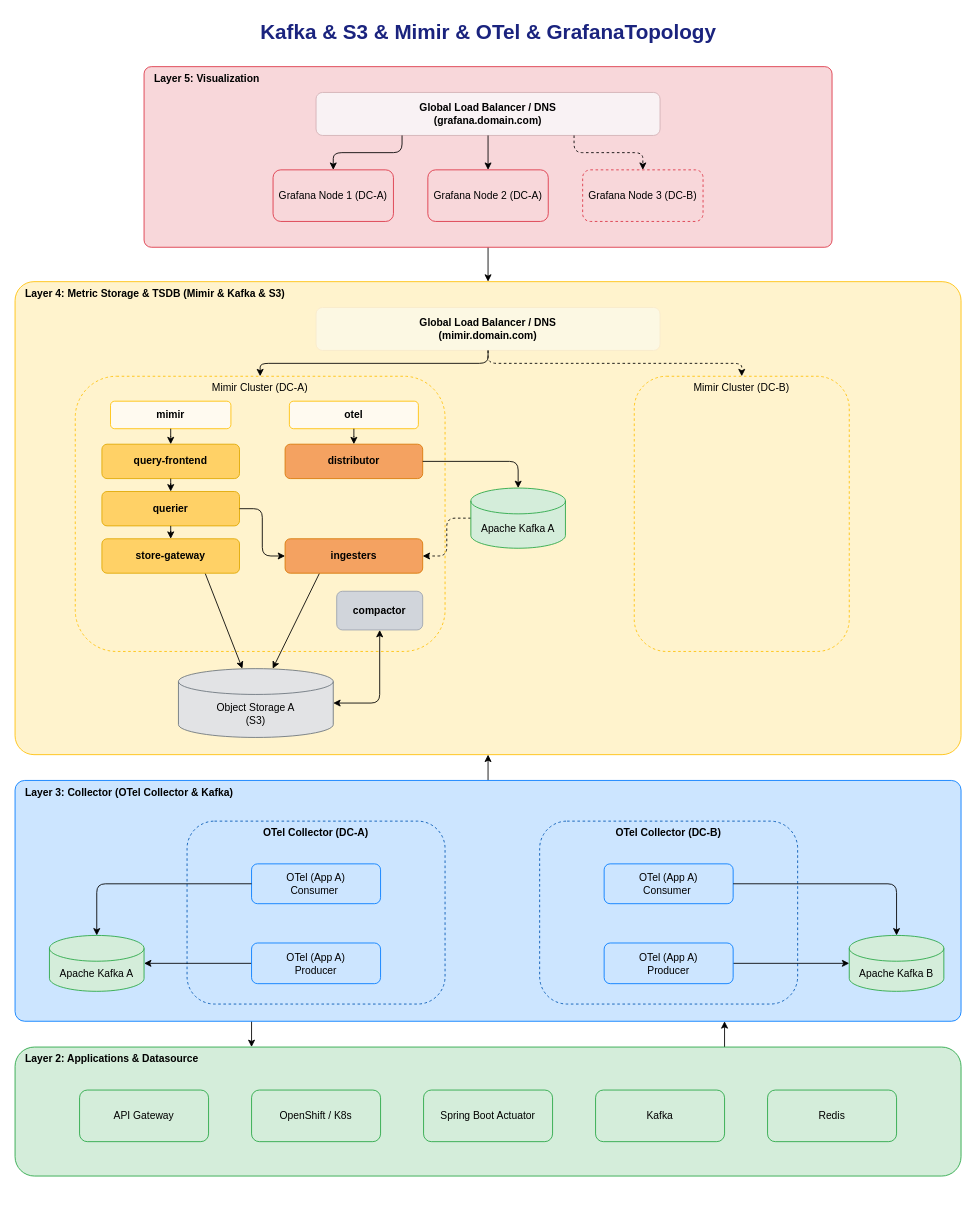
The draw.io diagram 28.dual-dc-grafana-mimir-otel-topology.drawio in yycelik/k8s-cluster, before the edit. Source tidied: cells renumbered, new cells numbered last; positions are measured from the earlier drawing's top-left corner, leaving out a move shared by most shapes. Both pictures are drawn from the tidied source at 86%, with x=0, y=0 at pixel (15, 15).
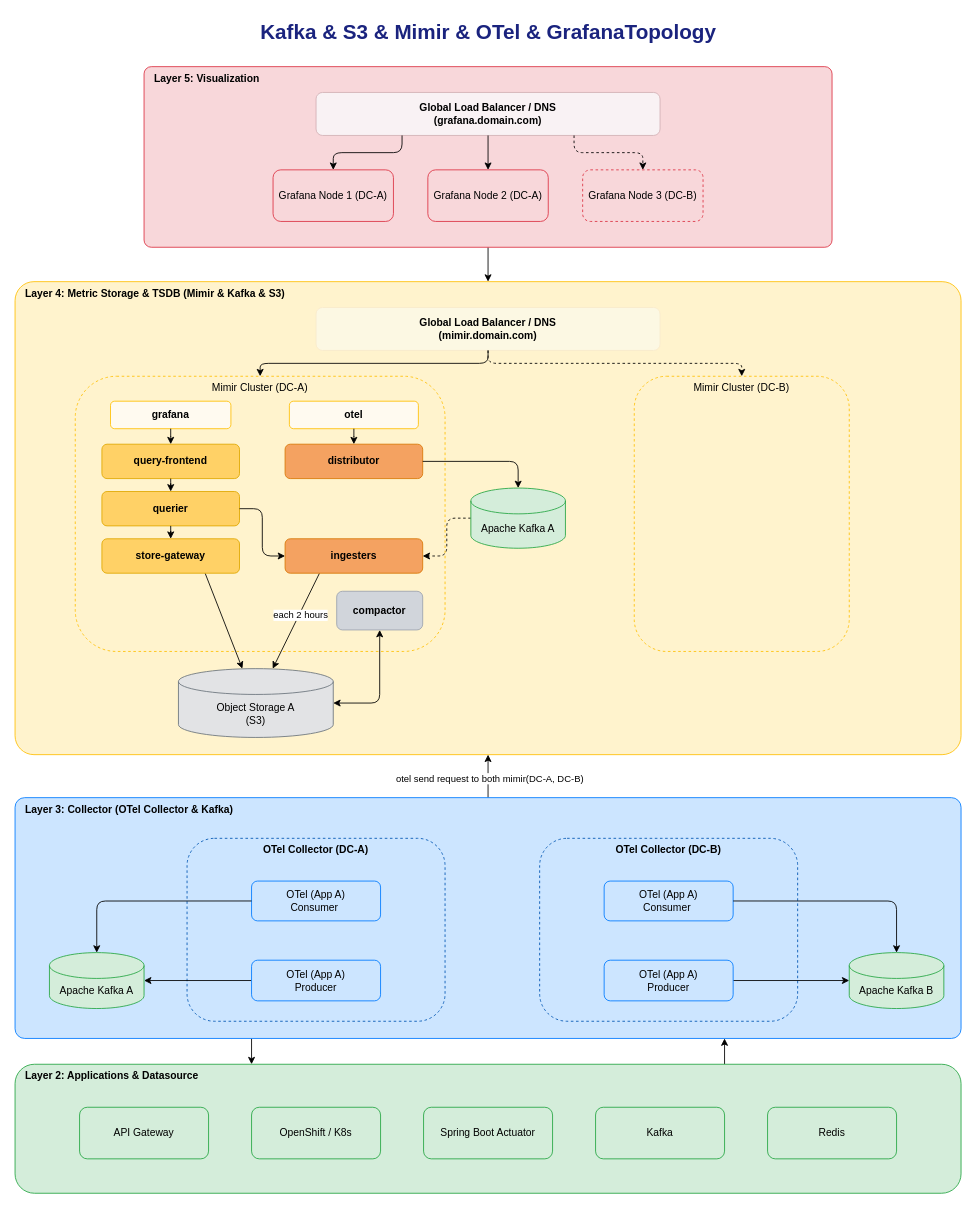
The same page after the edit.

Commit message (it also covers changes not shown here):
Update Mimir topology diagram and add PNG export

Unchanged cells that the change refers to:
```xml
<mxCell id="14" style="edgeStyle=none;html=1;exitX=0.5;exitY=0;exitDx=0;exitDy=0;entryX=0.5;entryY=1;entryDx=0;entryDy=0;" parent="1" edge="1" source="15" target="12">
  <mxGeometry relative="1" as="geometry" />
</mxCell>
<mxCell id="31" style="endArrow=classic;html=1;exitX=0.25;exitY=1;exitDx=0;exitDy=0;" parent="1" edge="1" source="39" target="28">
  <mxGeometry relative="1" as="geometry" />
</mxCell>
```

Change to the diagram source:
```diff
@@
+    <mxCell id="60" value="otel send request to both mimir(DC-A, DC-B)" style="edgeLabel;html=1;align=center;verticalAlign=middle;" parent="14" vertex="1">
+      <mxGeometry x="-0.07" y="-1" relative="1" as="geometry" />
+    </mxCell>
     <mxCell id="15" value="Layer 3: Collector (OTel Collector &amp;amp; Kafka)&lt;div&gt;&lt;br&gt;&lt;/div&gt;" style="rounded=1;arcSize=4;whiteSpace=wrap;html=1;fillColor=#cce5ff;strokeColor=#007bff;verticalAlign=top;align=left;spacingLeft=10;fontStyle=1;" parent="1" vertex="1">
-      <mxGeometry y="890" width="1100" height="280" as="geometry" />
+      <mxGeometry y="910" width="1100" height="280" as="geometry" />
     </mxCell>
@@
     <mxCell id="17" value="Layer 2: Applications &amp;amp; Datasource" style="rounded=1;whiteSpace=wrap;html=1;fillColor=#d4edda;strokeColor=#28a745;verticalAlign=top;align=left;spacingLeft=10;fontStyle=1;" parent="1" vertex="1">
-      <mxGeometry y="1200" width="1100" height="150" as="geometry" />
+      <mxGeometry y="1220" width="1100" height="150" as="geometry" />
     </mxCell>
     <mxCell id="18" value="API Gateway" style="rounded=1;whiteSpace=wrap;html=1;fillColor=#d4edda;strokeColor=#28a745;" parent="1" vertex="1">
-      <mxGeometry x="75" y="1250" width="150" height="60" as="geometry" />
+      <mxGeometry x="75" y="1270" width="150" height="60" as="geometry" />
     </mxCell>
     <mxCell id="19" value="OpenShift / K8s" style="rounded=1;whiteSpace=wrap;html=1;fillColor=#d4edda;strokeColor=#28a745;" parent="1" vertex="1">
-      <mxGeometry x="275" y="1250" width="150" height="60" as="geometry" />
+      <mxGeometry x="275" y="1270" width="150" height="60" as="geometry" />
     </mxCell>
     <mxCell id="20" value="Spring Boot Actuator" style="rounded=1;whiteSpace=wrap;html=1;fillColor=#d4edda;strokeColor=#28a745;" parent="1" vertex="1">
-      <mxGeometry x="475" y="1250" width="150" height="60" as="geometry" />
+      <mxGeometry x="475" y="1270" width="150" height="60" as="geometry" />
     </mxCell>
     <mxCell id="21" value="Kafka" style="rounded=1;whiteSpace=wrap;html=1;fillColor=#d4edda;strokeColor=#28a745;" parent="1" vertex="1">
-      <mxGeometry x="675" y="1250" width="150" height="60" as="geometry" />
+      <mxGeometry x="675" y="1270" width="150" height="60" as="geometry" />
     </mxCell>
     <mxCell id="22" value="Redis" style="rounded=1;whiteSpace=wrap;html=1;fillColor=#d4edda;strokeColor=#28a745;" parent="1" vertex="1">
-      <mxGeometry x="875" y="1250" width="150" height="60" as="geometry" />
+      <mxGeometry x="875" y="1270" width="150" height="60" as="geometry" />
     </mxCell>
@@
+    <mxCell id="61" value="each 2 hours" style="edgeLabel;html=1;align=center;verticalAlign=middle;" parent="31" vertex="1">
+      <mxGeometry x="-0.12" y="1" relative="1" as="geometry" />
+    </mxCell>
@@
-    <mxCell id="33" value="mimir" style="rounded=1;whiteSpace=wrap;html=1;fillColor=#fffaf0;strokeColor=#ffc107;fontStyle=1;" parent="1" vertex="1">
+    <mxCell id="33" value="grafana" style="rounded=1;whiteSpace=wrap;html=1;fillColor=#fffaf0;strokeColor=#ffc107;fontStyle=1;" parent="1" vertex="1">
       <mxGeometry x="111" y="449" width="140" height="32" as="geometry" />
     </mxCell>
@@
     <mxCell id="48" value="&lt;span style=&quot;color: rgb(0, 0, 0);&quot;&gt;OTel Collector (DC-A)&lt;/span&gt;" style="rounded=1;whiteSpace=wrap;html=1;fillColor=none;strokeColor=#0056b3;fontStyle=1;verticalAlign=top;dashed=1;" parent="1" vertex="1">
-      <mxGeometry x="200" y="937.3" width="300" height="212.7" as="geometry" />
+      <mxGeometry x="200" y="957.3" width="300" height="212.7" as="geometry" />
     </mxCell>
     <mxCell id="49" value="Apache Kafka A" style="shape=cylinder3;whiteSpace=wrap;html=1;boundedLbl=1;backgroundOutline=1;size=15;fillColor=#d4edda;strokeColor=#28a745;fontStyle=0;" parent="1" vertex="1">
-      <mxGeometry x="40" y="1070.2" width="110" height="65" as="geometry" />
+      <mxGeometry x="40" y="1090.2" width="110" height="65" as="geometry" />
     </mxCell>
     <mxCell id="50" value="OTel (App A)&lt;div&gt;&lt;span style=&quot;color: rgb(0, 0, 0);&quot;&gt;Consumer&amp;nbsp;&lt;/span&gt;&lt;/div&gt;" style="rounded=1;whiteSpace=wrap;html=1;fillColor=#cce5ff;strokeColor=#007bff;fontStyle=0;" parent="1" vertex="1">
-      <mxGeometry x="275" y="987" width="150" height="46.3" as="geometry" />
+      <mxGeometry x="275" y="1007" width="150" height="46.3" as="geometry" />
     </mxCell>
@@
     <mxCell id="52" value="OTel (App A)&lt;br&gt;&lt;span style=&quot;color: rgb(0, 0, 0);&quot;&gt;Producer&lt;/span&gt;" style="rounded=1;whiteSpace=wrap;html=1;fillColor=#cce5ff;strokeColor=#007bff;fontStyle=0;" parent="1" vertex="1">
-      <mxGeometry x="275" y="1079" width="150" height="47.3" as="geometry" />
+      <mxGeometry x="275" y="1099" width="150" height="47.3" as="geometry" />
     </mxCell>
@@
     <mxCell id="54" value="&lt;span style=&quot;color: rgb(0, 0, 0);&quot;&gt;OTel Collector (DC-B)&lt;/span&gt;" style="rounded=1;whiteSpace=wrap;html=1;fillColor=none;strokeColor=#0056b3;fontStyle=1;verticalAlign=top;dashed=1;" parent="1" vertex="1">
-      <mxGeometry x="610" y="937.3" width="300" height="212.7" as="geometry" />
+      <mxGeometry x="610" y="957.3" width="300" height="212.7" as="geometry" />
     </mxCell>
     <mxCell id="55" value="Apache Kafka B" style="shape=cylinder3;whiteSpace=wrap;html=1;boundedLbl=1;backgroundOutline=1;size=15;fillColor=#d4edda;strokeColor=#28a745;fontStyle=0;" parent="1" vertex="1">
-      <mxGeometry x="970" y="1070.2" width="110" height="65" as="geometry" />
+      <mxGeometry x="970" y="1090.2" width="110" height="65" as="geometry" />
     </mxCell>
     <mxCell id="56" value="OTel (App A)&lt;div&gt;&lt;span style=&quot;color: rgb(0, 0, 0);&quot;&gt;Consumer&amp;nbsp;&lt;/span&gt;&lt;/div&gt;" style="rounded=1;whiteSpace=wrap;html=1;fillColor=#cce5ff;strokeColor=#007bff;fontStyle=0;" parent="1" vertex="1">
-      <mxGeometry x="685" y="987" width="150" height="46.3" as="geometry" />
+      <mxGeometry x="685" y="1007" width="150" height="46.3" as="geometry" />
     </mxCell>
@@
     <mxCell id="58" value="OTel (App A)&lt;br&gt;&lt;span style=&quot;color: rgb(0, 0, 0);&quot;&gt;Producer&lt;/span&gt;" style="rounded=1;whiteSpace=wrap;html=1;fillColor=#cce5ff;strokeColor=#007bff;fontStyle=0;" parent="1" vertex="1">
-      <mxGeometry x="685" y="1079" width="150" height="47.3" as="geometry" />
+      <mxGeometry x="685" y="1099" width="150" height="47.3" as="geometry" />
     </mxCell>
```
